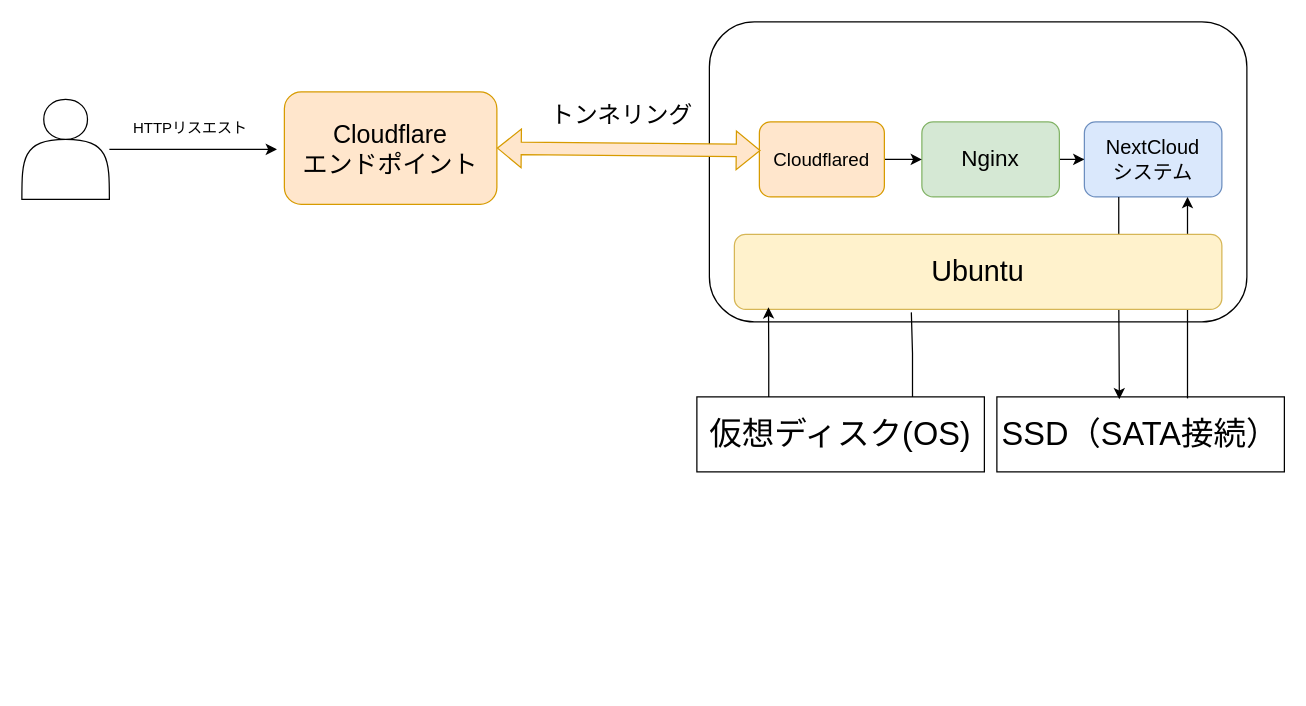
Above: page "ページ3" (3 of 6) of home.drawio in matsukz/HomeLab-Renew (draw.io), before the change. Source tidied: cells renumbered, new cells numbered last; positions are measured from the earlier drawing's top-left corner, leaving out a move shared by most shapes. Both pictures are drawn from the tidied source at 125%, with x=0, y=0 at pixel (21, 21).
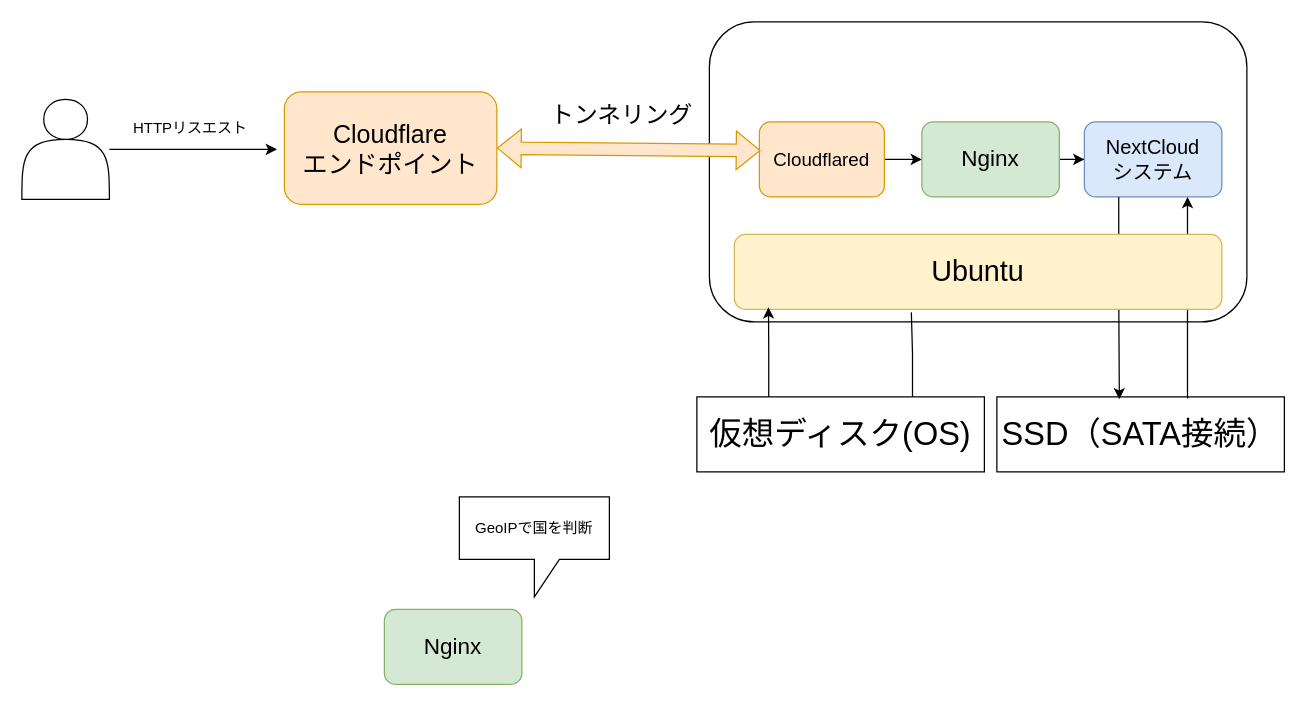
The same diagram, later.

What changed in the source:
```diff
@@
+    <mxCell id="21" value="&lt;font style=&quot;font-size: 18px;&quot;&gt;Nginx&lt;/font&gt;" style="rounded=1;whiteSpace=wrap;html=1;fillColor=#d5e8d4;strokeColor=#82b366;" parent="1" vertex="1">
+      <mxGeometry x="290" y="470" width="110" height="60" as="geometry" />
+    </mxCell>
+    <mxCell id="22" value="GeoIPで国を判断" style="shape=callout;whiteSpace=wrap;html=1;perimeter=calloutPerimeter;" parent="1" vertex="1">
+      <mxGeometry x="350" y="380" width="120" height="80" as="geometry" />
+    </mxCell>
```
